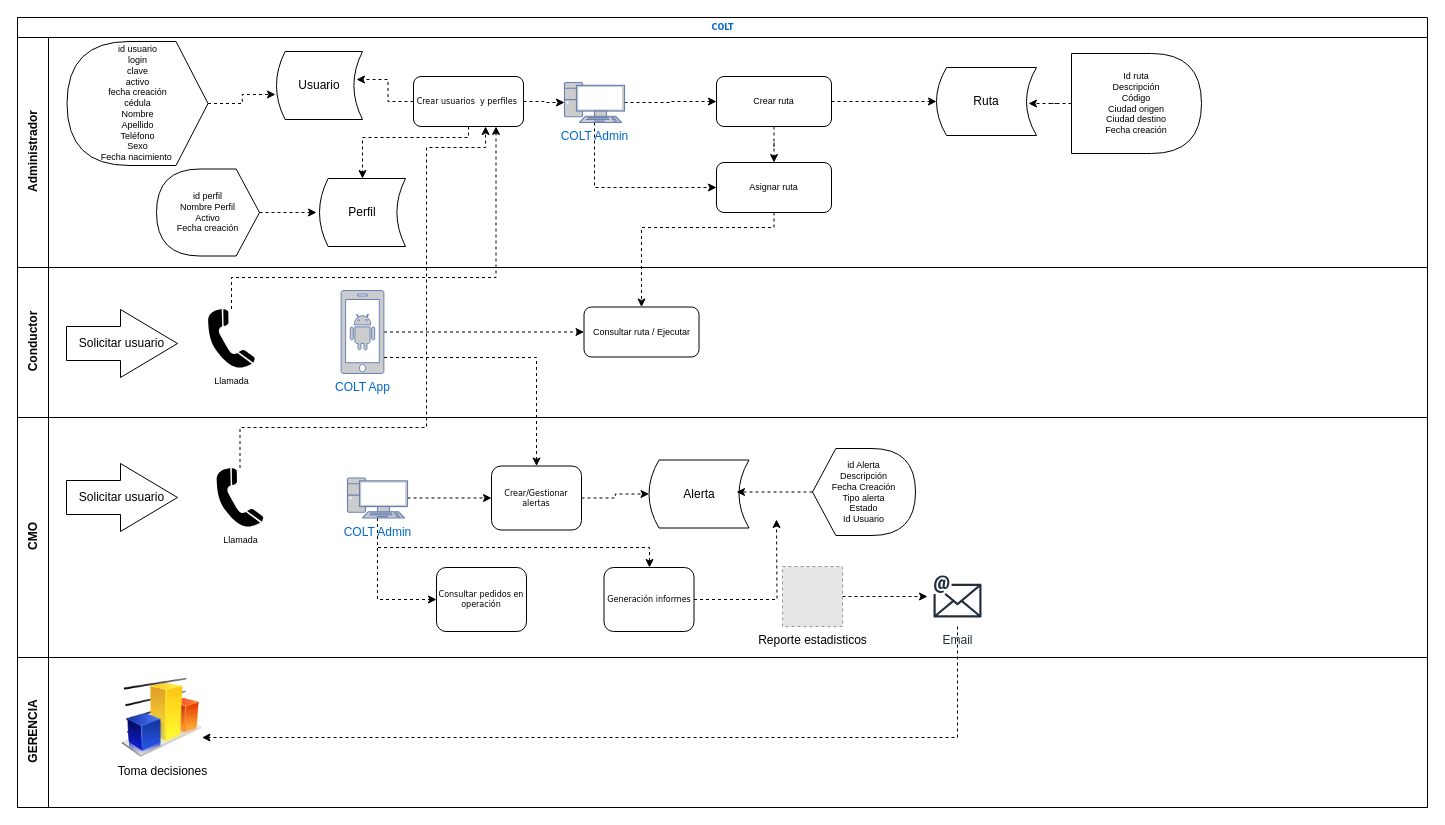
Earlier version of the draw.io diagram resources/procesos-COLT-V1.drawio (DeveloperSenior/colt-app). Source tidied: cells renumbered, new cells numbered last; positions are measured from the earlier drawing's top-left corner, leaving out a move shared by most shapes. Both pictures are drawn from the tidied source at 100%, with x=0, y=0 at pixel (17, 17). Pictures stored in the file or linked from it are replaced by grey dashed boxes.
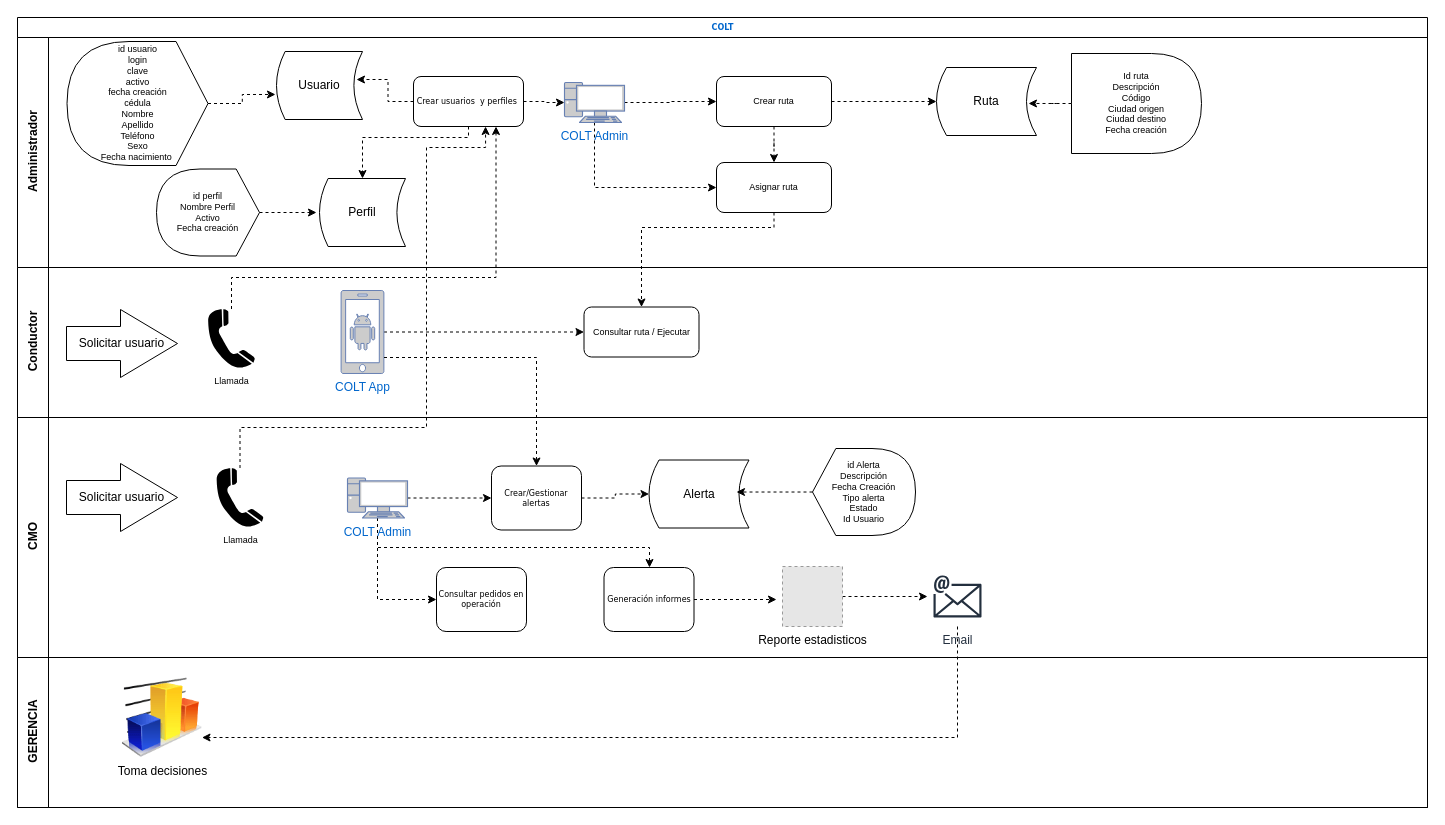
The same page after the edit.

Unchanged cells that the change refers to:
```xml
<mxCell id="42" value="Generación informes" style="rounded=1;whiteSpace=wrap;html=1;shadow=0;labelBackgroundColor=none;strokeColor=#000000;strokeWidth=1;fillColor=#ffffff;fontFamily=Verdana;fontSize=8;fontColor=#000000;align=center;" parent="29" vertex="1">
  <mxGeometry x="586.5" y="150" width="90" height="64" as="geometry" />
</mxCell>
```

The edit, as a diff of the source:
```diff
@@
-    <mxCell id="55" style="edgeStyle=orthogonalEdgeStyle;rounded=0;jettySize=auto;html=1;dashed=1;" parent="1" edge="1" source="42">
-      <mxGeometry relative="1" as="geometry">
-        <mxPoint x="759" y="502" as="targetPoint" />
-      </mxGeometry>
-    </mxCell>
@@
+    <mxCell id="57" style="edgeStyle=orthogonalEdgeStyle;rounded=0;jettySize=auto;html=1;dashed=1;" parent="1" edge="1" source="42">
+      <mxGeometry relative="1" as="geometry">
+        <mxPoint x="759" y="582" as="targetPoint" />
+      </mxGeometry>
+    </mxCell>
```
